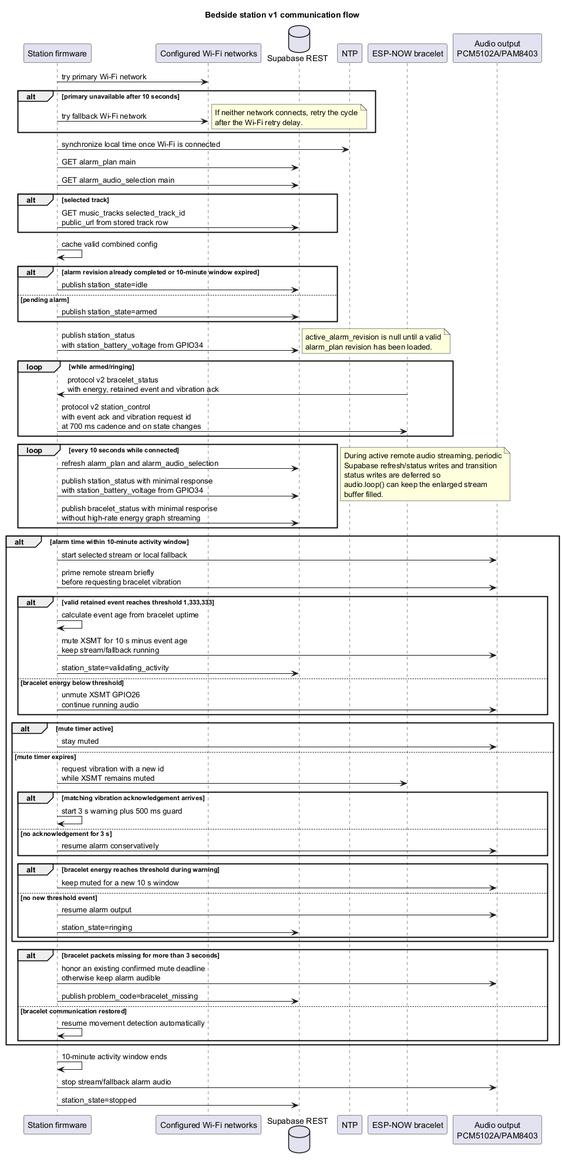
Above: code/boite hp/UML/communication_flow.png in Jzn-wbr/Starter (PlantUML), before the change.
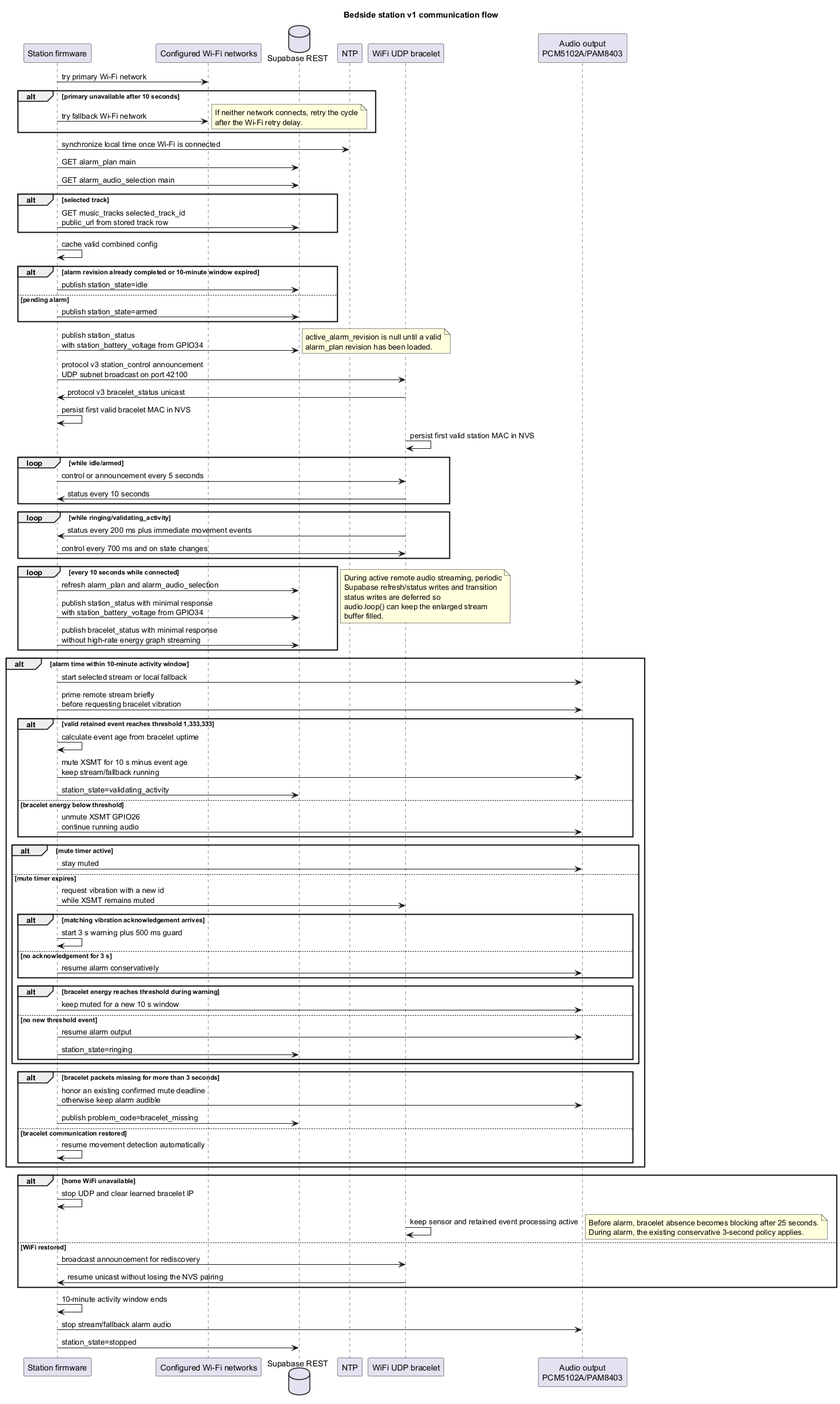
The same diagram one commit later.

What changed in the source:
```diff
@@ -5,7 +5,7 @@
 participant "Configured Wi-Fi networks" as Wifi
 database "Supabase REST" as Supabase
 participant "NTP" as Ntp
-participant "ESP-NOW bracelet" as Bracelet
+participant "WiFi UDP bracelet" as Bracelet
 participant "Audio output\nPCM5102A/PAM8403" as Audio
 
 Station -> Wifi : try primary Wi-Fi network
@@ -34,9 +34,19 @@
   alarm_plan revision has been loaded.
 end note
 
-loop while armed/ringing
-  Bracelet -> Station : protocol v2 bracelet_status\nwith energy, retained event and vibration ack
-  Station -> Bracelet : protocol v2 station_control\nwith event ack and vibration request id\nat 700 ms cadence and on state changes
+Station -> Bracelet : protocol v3 station_control announcement\nUDP subnet broadcast on port 42100
+Bracelet -> Station : protocol v3 bracelet_status unicast
+Station -> Station : persist first valid bracelet MAC in NVS
+Bracelet -> Bracelet : persist first valid station MAC in NVS
+
+loop while idle/armed
+  Station -> Bracelet : control or announcement every 5 seconds
+  Bracelet -> Station : status every 10 seconds
+end
+
+loop while ringing/validating_activity
+  Bracelet -> Station : status every 200 ms plus immediate movement events
+  Station -> Bracelet : control every 700 ms and on state changes
 end
 
 loop every 10 seconds while connected
@@ -86,6 +96,18 @@
   end
 end
 
+alt home WiFi unavailable
+  Station -> Station : stop UDP and clear learned bracelet IP
+  Bracelet -> Bracelet : keep sensor and retained event processing active
+  note right
+    Before alarm, bracelet absence becomes blocking after 25 seconds.
+    During alarm, the existing conservative 3-second policy applies.
+  end note
+else WiFi restored
+  Station -> Bracelet : broadcast announcement for rediscovery
+  Bracelet -> Station : resume unicast without losing the NVS pairing
+end
+
 Station -> Station : 10-minute activity window ends
 Station -> Audio : stop stream/fallback alarm audio
 Station -> Supabase : station_state=stopped
```
